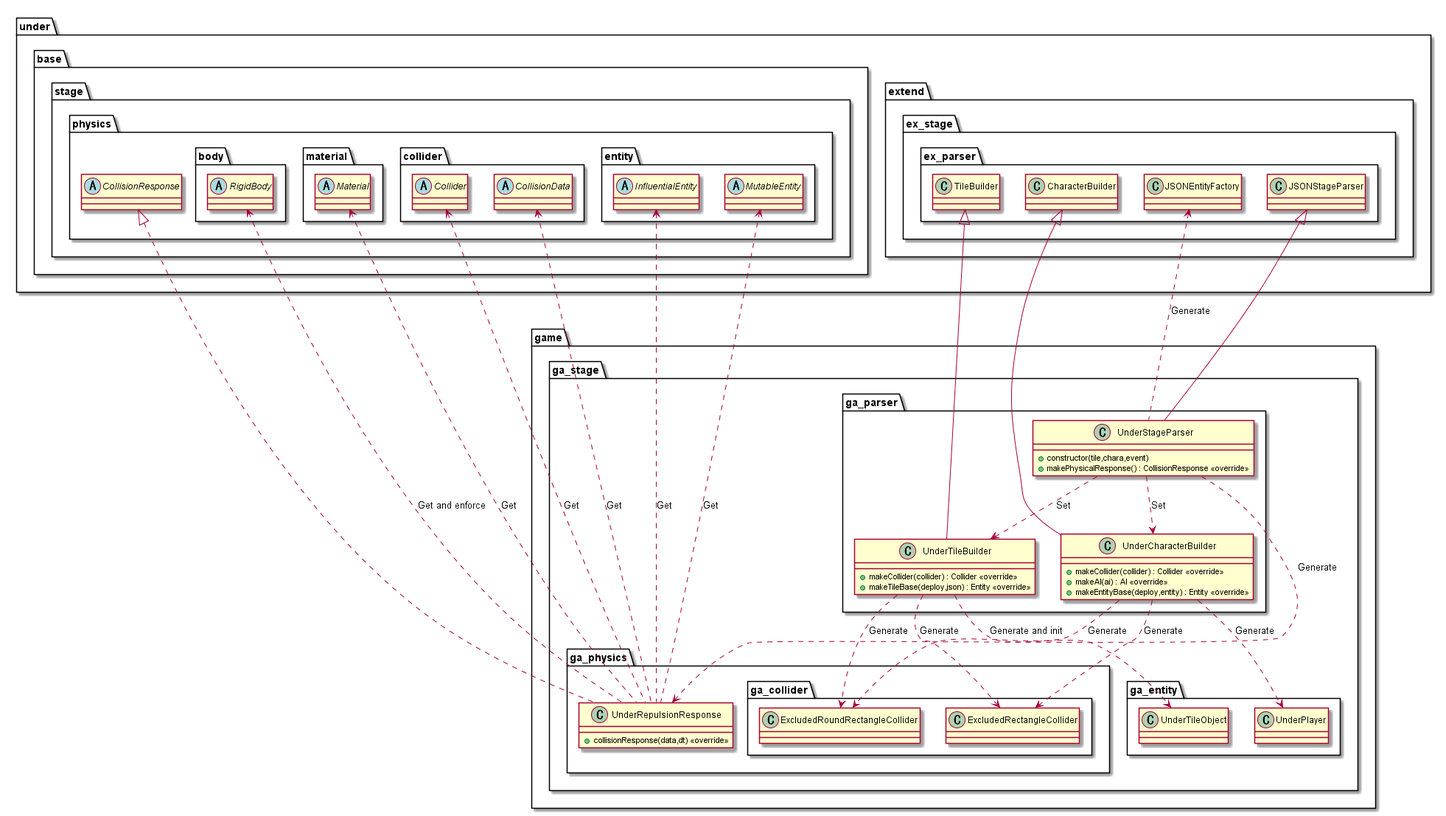
Earlier version of the PlantUML export out/uml/stage/Game/StageGame.png (Expine/Under).
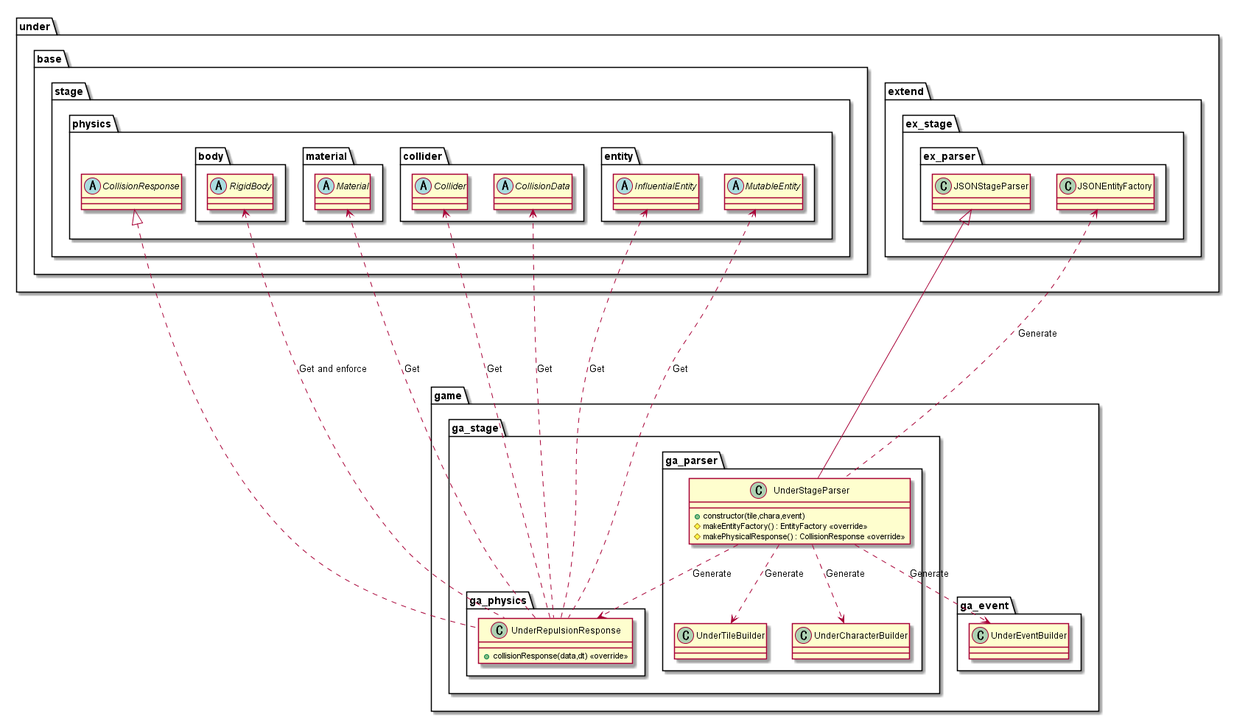
After the change.

The edit, as a diff of the source:
```diff
@@ -5,16 +5,8 @@
         package ga_parser {
             class UnderStageParser {
                 +constructor(tile,chara,event)
-                +makePhysicalResponse() : CollisionResponse <<override>>
-            }
-            class UnderTileBuilder {
-                +makeCollider(collider) : Collider <<override>>
-                +makeTileBase(deploy,json) : Entity <<override>>
-            }
-            class UnderCharacterBuilder {
-                +makeCollider(collider) : Collider <<override>>
-                +makeAI(ai) : AI <<override>>
-                +makeEntityBase(deploy,entity) : Entity <<override>>
+                #makeEntityFactory() : EntityFactory <<override>>
+                #makePhysicalResponse() : CollisionResponse <<override>>
             }
         }
 
@@ -27,18 +19,6 @@
 }
 
 package game {
-    package ga_stage {
-        package ga_entity {
-            class UnderTileObject
-            class UnderPlayer
-        }
-        package ga_physics {
-            package ga_collider {
-                class ExcludedRectangleCollider
-                class ExcludedRoundRectangleCollider
-            }
-        }
-    }
 }
 
 package under {
@@ -68,25 +48,28 @@
             package ex_parser {
                 class JSONStageParser
                 class JSONEntityFactory
-                class TileBuilder
-                class CharacterBuilder
             }
         }
     }
 }
 
-UnderStageParser ..> UnderTileBuilder : Set
-UnderStageParser ..> UnderCharacterBuilder : Set
+package game {
+    package ga_event {
+        class UnderEventBuilder
+    }
+    package ga_stage {
+        package ga_parser {
+            class UnderTileBuilder
+            class UnderCharacterBuilder
+        }
+    }
+}
+
+UnderStageParser ..> UnderTileBuilder : Generate
+UnderStageParser ..> UnderCharacterBuilder : Generate
+UnderStageParser ..> UnderEventBuilder : Generate
 UnderStageParser ..> UnderRepulsionResponse : Generate
 JSONEntityFactory <.. UnderStageParser : Generate
-
-UnderTileBuilder ..> UnderTileObject : Generate and init
-UnderTileBuilder ..> ExcludedRectangleCollider : Generate
-UnderTileBuilder ..> ExcludedRoundRectangleCollider : Generate
-
-UnderCharacterBuilder ..> UnderPlayer : Generate
-UnderCharacterBuilder ..> ExcludedRectangleCollider : Generate
-UnderCharacterBuilder ..> ExcludedRoundRectangleCollider : Generate
 
 RigidBody <.. UnderRepulsionResponse : Get and enforce
 Material <.. UnderRepulsionResponse : Get
@@ -96,8 +79,6 @@
 CollisionData <.. UnderRepulsionResponse : Get
 
 JSONStageParser <|-- UnderStageParser
-TileBuilder <|-- UnderTileBuilder
-CharacterBuilder <|-- UnderCharacterBuilder
 CollisionResponse <|.... UnderRepulsionResponse
 
 @enduml
```
